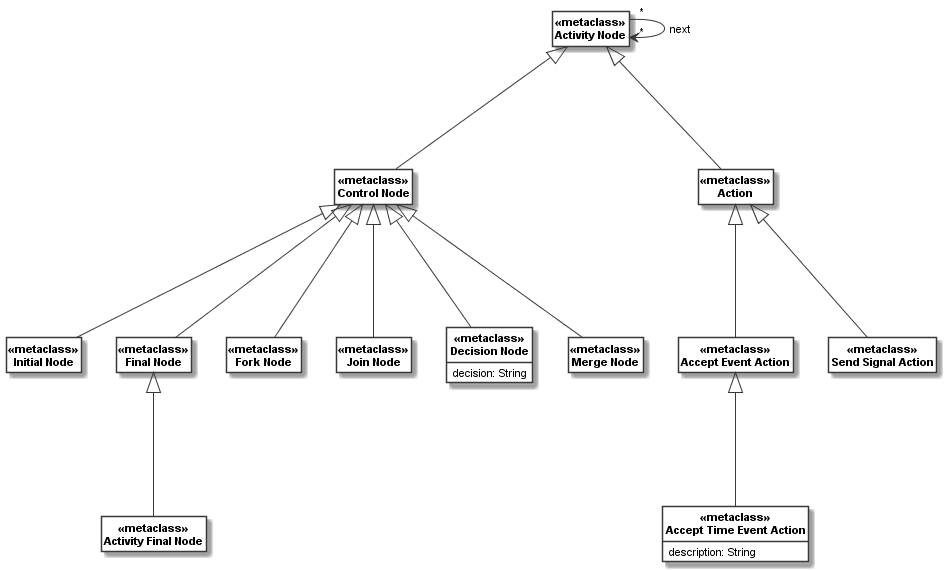
This is docs/_images/activity_metamodel_all.png from uzdun/CodeableModels, a PlantUML export, as it was before one commit. Source of this version:
```plantuml
@startuml
skinparam monochrome true
skinparam ClassBackgroundColor White
hide empty members
hide circle
skinparam defaultFontName Arial
skinparam defaultFontSize 11
skinparam classfontstyle bold
class "«metaclass»\nActivity Node" as __1_Activity_Node
class "«metaclass»\nControl Node" as __2_Control_Node
class "«metaclass»\nInitial Node" as __3_Initial_Node
class "«metaclass»\nFinal Node" as __4_Final_Node
class "«metaclass»\nActivity Final Node" as __5_Activity_Final_Node
class "«metaclass»\nFork Node" as __6_Fork_Node
class "«metaclass»\nJoin Node" as __7_Join_Node
class "«metaclass»\nDecision Node" as __8_Decision_Node{
decision: String
}

class "«metaclass»\nMerge Node" as __9_Merge_Node
class "«metaclass»\nAction" as __10_Action
class "«metaclass»\nAccept Event Action" as __11_Accept_Event_Action
class "«metaclass»\nAccept Time Event Action" as __12_Accept_Time_Event_Action{
description: String
}

class "«metaclass»\nSend Signal Action" as __13_Send_Signal_Action
__1_Activity_Node <|--- __2_Control_Node
__1_Activity_Node <|--- __10_Action
__2_Control_Node <|--- __3_Initial_Node
__2_Control_Node <|--- __4_Final_Node
__2_Control_Node <|--- __6_Fork_Node
__2_Control_Node <|--- __7_Join_Node
__2_Control_Node <|--- __8_Decision_Node
__2_Control_Node <|--- __9_Merge_Node
__4_Final_Node <|--- __5_Activity_Final_Node
__10_Action <|--- __11_Accept_Event_Action
__10_Action <|--- __13_Send_Signal_Action
__11_Accept_Event_Action <|--- __12_Accept_Time_Event_Action
__1_Activity_Node " * "  -->  " * " __1_Activity_Node: "next"
@enduml
```
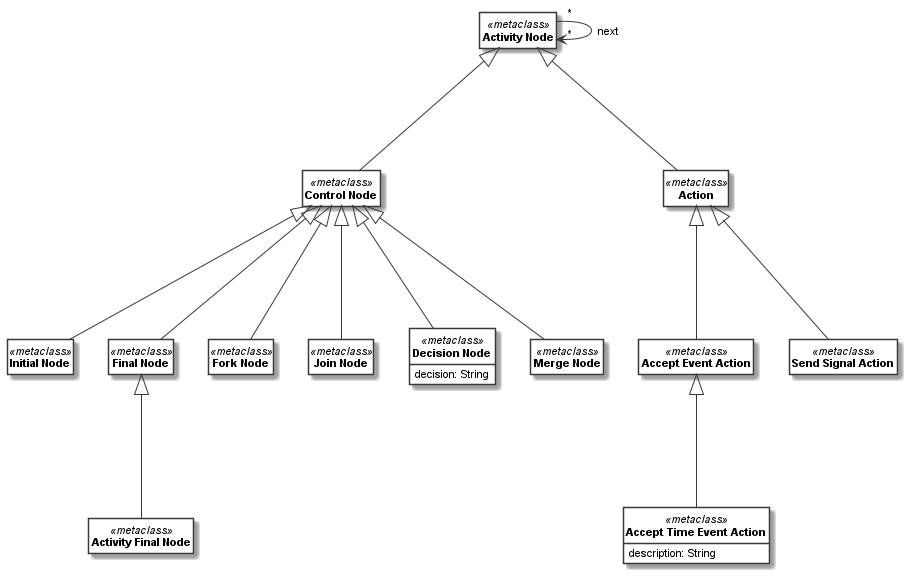
The same file after the commit.

Diff of the diagram source:
```diff
@@ -5,26 +5,25 @@
 hide circle
 skinparam defaultFontName Arial
 skinparam defaultFontSize 11
-skinparam classfontstyle bold
-class "«metaclass»\nActivity Node" as __1_Activity_Node
-class "«metaclass»\nControl Node" as __2_Control_Node
-class "«metaclass»\nInitial Node" as __3_Initial_Node
-class "«metaclass»\nFinal Node" as __4_Final_Node
-class "«metaclass»\nActivity Final Node" as __5_Activity_Final_Node
-class "«metaclass»\nFork Node" as __6_Fork_Node
-class "«metaclass»\nJoin Node" as __7_Join_Node
-class "«metaclass»\nDecision Node" as __8_Decision_Node{
+class "<b>Activity Node</b>" as __1_Activity_Node <<metaclass>>
+class "<b>Control Node</b>" as __2_Control_Node <<metaclass>>
+class "<b>Initial Node</b>" as __3_Initial_Node <<metaclass>>
+class "<b>Final Node</b>" as __4_Final_Node <<metaclass>>
+class "<b>Activity Final Node</b>" as __5_Activity_Final_Node <<metaclass>>
+class "<b>Fork Node</b>" as __6_Fork_Node <<metaclass>>
+class "<b>Join Node</b>" as __7_Join_Node <<metaclass>>
+class "<b>Decision Node</b>" as __8_Decision_Node <<metaclass>> {
 decision: String
 }
 
-class "«metaclass»\nMerge Node" as __9_Merge_Node
-class "«metaclass»\nAction" as __10_Action
-class "«metaclass»\nAccept Event Action" as __11_Accept_Event_Action
-class "«metaclass»\nAccept Time Event Action" as __12_Accept_Time_Event_Action{
+class "<b>Merge Node</b>" as __9_Merge_Node <<metaclass>>
+class "<b>Action</b>" as __10_Action <<metaclass>>
+class "<b>Accept Event Action</b>" as __11_Accept_Event_Action <<metaclass>>
+class "<b>Accept Time Event Action</b>" as __12_Accept_Time_Event_Action <<metaclass>> {
 description: String
 }
 
-class "«metaclass»\nSend Signal Action" as __13_Send_Signal_Action
+class "<b>Send Signal Action</b>" as __13_Send_Signal_Action <<metaclass>>
 __1_Activity_Node <|--- __2_Control_Node
 __1_Activity_Node <|--- __10_Action
 __2_Control_Node <|--- __3_Initial_Node
```
